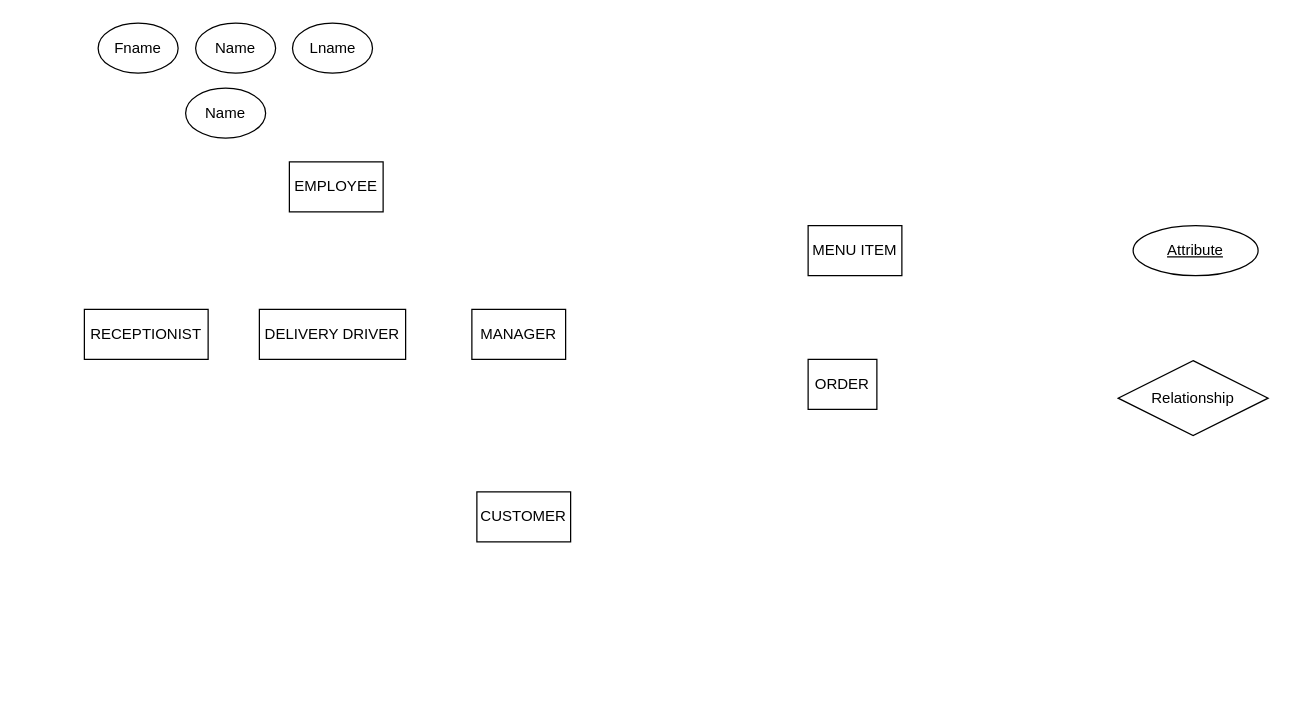
Before: Enhanced Entity Relationship Diagram.drawio in hqiao8/Restaurant-Management-System, a draw.io diagram. Source tidied: cells renumbered, new cells numbered last; positions are measured from the earlier drawing's top-left corner, leaving out a move shared by most shapes. Both pictures are drawn from the tidied source at 125%, with x=0, y=0 at pixel (84, 22).
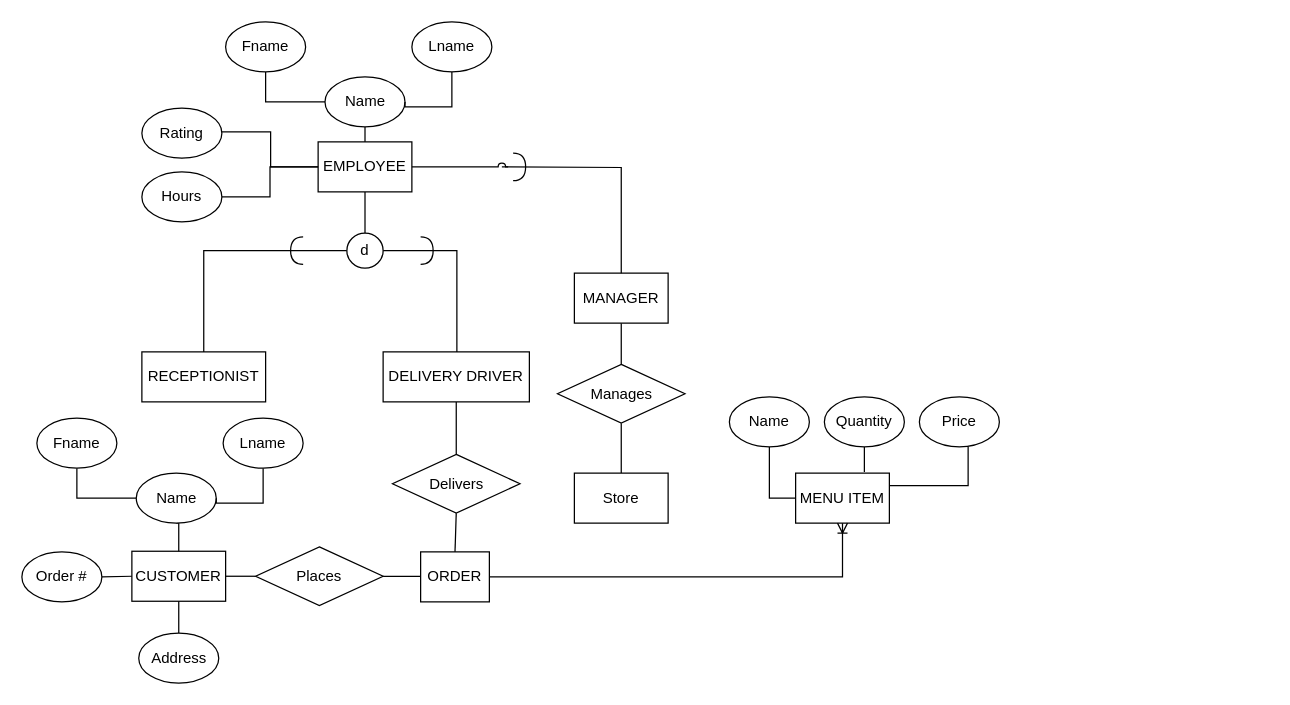
Above is the later version.

The edit, as a diff of the source:
```diff
@@
     <mxCell id="2" value="RECEPTIONIST" style="whiteSpace=wrap;html=1;align=center;fillColor=default;" parent="1" vertex="1">
-      <mxGeometry y="229" width="99" height="40" as="geometry" />
+      <mxGeometry x="46" y="263" width="99" height="40" as="geometry" />
     </mxCell>
-    <mxCell id="3" value="Attribute" style="ellipse;whiteSpace=wrap;html=1;align=center;fontStyle=4;fillColor=default;gradientColor=none;" parent="1" vertex="1">
-      <mxGeometry x="839" y="162" width="100" height="40" as="geometry" />
-    </mxCell>
+    <mxCell id="15" style="edgeStyle=orthogonalEdgeStyle;rounded=0;jettySize=auto;html=1;endArrow=none;endFill=0;" parent="1" edge="1" source="4" target="9">
+      <mxGeometry relative="1" as="geometry" />
+    </mxCell>
     <mxCell id="4" value="Name" style="ellipse;whiteSpace=wrap;html=1;align=center;fillColor=default;gradientColor=none;" parent="1" vertex="1">
-      <mxGeometry x="81" y="52" width="64" height="40" as="geometry" />
+      <mxGeometry x="192.5" y="43" width="64" height="40" as="geometry" />
     </mxCell>
-    <mxCell id="5" value="Relationship" style="shape=rhombus;perimeter=rhombusPerimeter;whiteSpace=wrap;html=1;align=center;fillColor=default;gradientColor=none;" parent="1" vertex="1">
-      <mxGeometry x="827" y="270" width="120" height="60" as="geometry" />
-    </mxCell>
+    <mxCell id="16" style="edgeStyle=orthogonalEdgeStyle;rounded=0;jumpStyle=arc;jettySize=auto;html=1;exitX=0.5;exitY=1;exitDx=0;exitDy=0;entryX=0.5;entryY=0;entryDx=0;entryDy=0;endArrow=none;endFill=0;" parent="1" edge="1" source="6" target="38">
+      <mxGeometry relative="1" as="geometry" />
+    </mxCell>
     <mxCell id="6" value="DELIVERY DRIVER" style="whiteSpace=wrap;html=1;align=center;fillColor=default;" parent="1" vertex="1">
-      <mxGeometry x="140" y="229" width="117" height="40" as="geometry" />
+      <mxGeometry x="239" y="263" width="117" height="40" as="geometry" />
     </mxCell>
+    <mxCell id="17" style="edgeStyle=orthogonalEdgeStyle;rounded=0;jumpStyle=arc;jettySize=auto;html=1;exitX=1;exitY=0.5;exitDx=0;exitDy=0;entryX=0;entryY=0.5;entryDx=0;entryDy=0;endArrow=none;endFill=0;" parent="1" edge="1" source="7" target="40">
+      <mxGeometry relative="1" as="geometry" />
+    </mxCell>
     <mxCell id="7" value="CUSTOMER" style="whiteSpace=wrap;html=1;align=center;fillColor=default;" parent="1" vertex="1">
-      <mxGeometry x="314" y="375" width="75" height="40" as="geometry" />
+      <mxGeometry x="38" y="422.5" width="75" height="40" as="geometry" />
     </mxCell>
+    <mxCell id="18" style="edgeStyle=orthogonalEdgeStyle;rounded=0;jumpStyle=arc;jettySize=auto;html=1;endArrow=none;endFill=0;" parent="1" edge="1" source="8" target="44">
+      <mxGeometry relative="1" as="geometry" />
+    </mxCell>
     <mxCell id="8" value="MANAGER" style="whiteSpace=wrap;html=1;align=center;fillColor=default;" parent="1" vertex="1">
-      <mxGeometry x="310" y="229" width="75" height="40" as="geometry" />
+      <mxGeometry x="392" y="200" width="75" height="40" as="geometry" />
     </mxCell>
+    <mxCell id="19" style="edgeStyle=orthogonalEdgeStyle;rounded=0;jettySize=auto;html=1;entryX=0.5;entryY=0;entryDx=0;entryDy=0;endArrow=none;endFill=0;" parent="1" edge="1" source="9" target="32">
+      <mxGeometry relative="1" as="geometry" />
+    </mxCell>
+    <mxCell id="20" style="edgeStyle=orthogonalEdgeStyle;rounded=0;jumpStyle=arc;jettySize=auto;html=1;endArrow=none;endFill=0;startArrow=none;" parent="1" edge="1" target="8">
+      <mxGeometry relative="1" as="geometry">
+        <mxPoint x="334" y="115" as="sourcePoint" />
+      </mxGeometry>
+    </mxCell>
     <mxCell id="9" value="EMPLOYEE" style="whiteSpace=wrap;html=1;align=center;fillColor=default;" parent="1" vertex="1">
-      <mxGeometry x="164" y="111" width="75" height="40" as="geometry" />
+      <mxGeometry x="187" y="95" width="75" height="40" as="geometry" />
     </mxCell>
+    <mxCell id="21" style="edgeStyle=orthogonalEdgeStyle;rounded=0;jettySize=auto;html=1;endArrow=none;endFill=0;entryX=0;entryY=0.5;entryDx=0;entryDy=0;" parent="1" edge="1" source="10" target="4">
+      <mxGeometry relative="1" as="geometry">
+        <Array as="points">
+          <mxPoint x="145" y="63" />
+        </Array>
+      </mxGeometry>
+    </mxCell>
     <mxCell id="10" value="Fname" style="ellipse;whiteSpace=wrap;html=1;align=center;fillColor=default;gradientColor=none;" parent="1" vertex="1">
-      <mxGeometry x="11" width="64" height="40" as="geometry" />
+      <mxGeometry x="113" y="-1" width="64" height="40" as="geometry" />
     </mxCell>
-    <mxCell id="11" value="Name" style="ellipse;whiteSpace=wrap;html=1;align=center;fillColor=default;gradientColor=none;" parent="1" vertex="1">
-      <mxGeometry x="89" width="64" height="40" as="geometry" />
-    </mxCell>
+    <mxCell id="22" style="edgeStyle=orthogonalEdgeStyle;rounded=0;jettySize=auto;html=1;endArrow=none;endFill=0;entryX=1;entryY=0.5;entryDx=0;entryDy=0;" parent="1" edge="1" source="12" target="4">
+      <mxGeometry relative="1" as="geometry">
+        <Array as="points">
+          <mxPoint x="294" y="67" />
+          <mxPoint x="257" y="67" />
+        </Array>
+      </mxGeometry>
+    </mxCell>
     <mxCell id="12" value="Lname" style="ellipse;whiteSpace=wrap;html=1;align=center;fillColor=default;gradientColor=none;" parent="1" vertex="1">
-      <mxGeometry x="166.5" width="64" height="40" as="geometry" />
+      <mxGeometry x="262" y="-1" width="64" height="40" as="geometry" />
     </mxCell>
     <mxCell id="13" value="MENU ITEM" style="whiteSpace=wrap;html=1;align=center;fillColor=default;" parent="1" vertex="1">
-      <mxGeometry x="579" y="162" width="75" height="40" as="geometry" />
+      <mxGeometry x="569" y="360" width="75" height="40" as="geometry" />
     </mxCell>
+    <mxCell id="23" style="edgeStyle=orthogonalEdgeStyle;rounded=0;jumpStyle=arc;jettySize=auto;html=1;exitX=1;exitY=0.5;exitDx=0;exitDy=0;entryX=0.5;entryY=1;entryDx=0;entryDy=0;endArrow=ERoneToMany;endFill=0;" parent="1" edge="1" source="14" target="13">
+      <mxGeometry relative="1" as="geometry" />
+    </mxCell>
     <mxCell id="14" value="ORDER" style="whiteSpace=wrap;html=1;align=center;fillColor=default;" parent="1" vertex="1">
-      <mxGeometry x="579" y="269" width="55" height="40" as="geometry" />
+      <mxGeometry x="269" y="423" width="55" height="40" as="geometry" />
     </mxCell>
+    <mxCell id="24" style="edgeStyle=orthogonalEdgeStyle;rounded=0;jettySize=auto;html=1;exitX=0.5;exitY=1;exitDx=0;exitDy=0;entryX=0;entryY=0.5;entryDx=0;entryDy=0;endArrow=none;endFill=0;" parent="1" edge="1" source="25" target="13">
+      <mxGeometry relative="1" as="geometry" />
+    </mxCell>
+    <mxCell id="25" value="Name" style="ellipse;whiteSpace=wrap;html=1;align=center;fillColor=default;gradientColor=none;" parent="1" vertex="1">
+      <mxGeometry x="516" y="299" width="64" height="40" as="geometry" />
+    </mxCell>
+    <mxCell id="26" style="edgeStyle=orthogonalEdgeStyle;rounded=0;jettySize=auto;html=1;endArrow=none;endFill=0;" parent="1" edge="1" source="27">
+      <mxGeometry relative="1" as="geometry">
+        <mxPoint x="624" y="359" as="targetPoint" />
+      </mxGeometry>
+    </mxCell>
+    <mxCell id="27" value="Quantity" style="ellipse;whiteSpace=wrap;html=1;align=center;fillColor=default;gradientColor=none;" parent="1" vertex="1">
+      <mxGeometry x="592" y="299" width="64" height="40" as="geometry" />
+    </mxCell>
+    <mxCell id="28" style="edgeStyle=orthogonalEdgeStyle;rounded=0;jettySize=auto;html=1;endArrow=none;endFill=0;entryX=1;entryY=0.25;entryDx=0;entryDy=0;" parent="1" edge="1" source="29" target="13">
+      <mxGeometry relative="1" as="geometry">
+        <Array as="points">
+          <mxPoint x="707" y="370" />
+        </Array>
+      </mxGeometry>
+    </mxCell>
+    <mxCell id="29" value="Price" style="ellipse;whiteSpace=wrap;html=1;align=center;fillColor=default;gradientColor=none;" parent="1" vertex="1">
+      <mxGeometry x="668" y="299" width="64" height="40" as="geometry" />
+    </mxCell>
+    <mxCell id="30" style="edgeStyle=orthogonalEdgeStyle;rounded=0;jettySize=auto;html=1;endArrow=none;endFill=0;jumpStyle=arc;" parent="1" edge="1" source="32" target="2">
+      <mxGeometry relative="1" as="geometry" />
+    </mxCell>
+    <mxCell id="31" style="edgeStyle=orthogonalEdgeStyle;rounded=0;jettySize=auto;html=1;endArrow=none;endFill=0;" parent="1" edge="1" source="32" target="6">
+      <mxGeometry relative="1" as="geometry">
+        <Array as="points">
+          <mxPoint x="298" y="182" />
+        </Array>
+      </mxGeometry>
+    </mxCell>
+    <mxCell id="32" value="d" style="ellipse;whiteSpace=wrap;html=1;" parent="1" vertex="1">
+      <mxGeometry x="210" y="168" width="29" height="28" as="geometry" />
+    </mxCell>
+    <mxCell id="33" style="edgeStyle=orthogonalEdgeStyle;rounded=0;jettySize=auto;html=1;exitX=0.5;exitY=1;exitDx=0;exitDy=0;entryX=0;entryY=0.5;entryDx=0;entryDy=0;endArrow=none;endFill=0;" parent="1" edge="1" source="34" target="9">
+      <mxGeometry relative="1" as="geometry">
+        <Array as="points">
+          <mxPoint x="149" y="87" />
+          <mxPoint x="149" y="115" />
+        </Array>
+      </mxGeometry>
+    </mxCell>
+    <mxCell id="34" value="Rating" style="ellipse;whiteSpace=wrap;html=1;align=center;fillColor=default;gradientColor=none;" parent="1" vertex="1">
+      <mxGeometry x="46" y="68" width="64" height="40" as="geometry" />
+    </mxCell>
+    <mxCell id="35" style="shape=requiredInterface;html=1;verticalLabelPosition=bottom;sketch=0;rotation=-180;" parent="1" vertex="1">
+      <mxGeometry x="165" y="171" width="10" height="22" as="geometry" />
+    </mxCell>
+    <mxCell id="36" style="shape=requiredInterface;html=1;verticalLabelPosition=bottom;sketch=0;rotation=0;" parent="1" vertex="1">
+      <mxGeometry x="269" y="171" width="10" height="22" as="geometry" />
+    </mxCell>
+    <mxCell id="37" style="edgeStyle=orthogonalEdgeStyle;rounded=0;jumpStyle=arc;jettySize=auto;html=1;endArrow=none;endFill=0;" parent="1" edge="1" source="38" target="14">
+      <mxGeometry relative="1" as="geometry" />
+    </mxCell>
+    <mxCell id="38" value="Delivers" style="shape=rhombus;perimeter=rhombusPerimeter;whiteSpace=wrap;html=1;align=center;fillColor=default;gradientColor=none;" parent="1" vertex="1">
+      <mxGeometry x="246.5" y="345" width="102" height="47" as="geometry" />
+    </mxCell>
+    <mxCell id="39" style="edgeStyle=orthogonalEdgeStyle;rounded=0;jumpStyle=arc;jettySize=auto;html=1;exitX=1;exitY=0.5;exitDx=0;exitDy=0;entryX=0;entryY=0.5;entryDx=0;entryDy=0;endArrow=none;endFill=0;" parent="1" edge="1" source="40" target="14">
+      <mxGeometry relative="1" as="geometry" />
+    </mxCell>
+    <mxCell id="40" value="Places" style="shape=rhombus;perimeter=rhombusPerimeter;whiteSpace=wrap;html=1;align=center;fillColor=default;gradientColor=none;" parent="1" vertex="1">
+      <mxGeometry x="137" y="419" width="102" height="47" as="geometry" />
+    </mxCell>
+    <mxCell id="41" style="edgeStyle=orthogonalEdgeStyle;rounded=0;jumpStyle=arc;jettySize=auto;html=1;endArrow=none;endFill=0;" parent="1" edge="1" source="42" target="9">
+      <mxGeometry relative="1" as="geometry" />
+    </mxCell>
+    <mxCell id="42" value="Hours" style="ellipse;whiteSpace=wrap;html=1;align=center;fillColor=default;gradientColor=none;" parent="1" vertex="1">
+      <mxGeometry x="46" y="119" width="64" height="40" as="geometry" />
+    </mxCell>
+    <mxCell id="43" style="edgeStyle=orthogonalEdgeStyle;rounded=0;jumpStyle=arc;jettySize=auto;html=1;exitX=0.5;exitY=1;exitDx=0;exitDy=0;entryX=0.5;entryY=0;entryDx=0;entryDy=0;endArrow=none;endFill=0;" parent="1" edge="1" source="44" target="45">
+      <mxGeometry relative="1" as="geometry" />
+    </mxCell>
+    <mxCell id="44" value="Manages" style="shape=rhombus;perimeter=rhombusPerimeter;whiteSpace=wrap;html=1;align=center;fillColor=default;gradientColor=none;" parent="1" vertex="1">
+      <mxGeometry x="378.5" y="273" width="102" height="47" as="geometry" />
+    </mxCell>
+    <mxCell id="45" value="Store" style="whiteSpace=wrap;html=1;align=center;fillColor=default;" parent="1" vertex="1">
+      <mxGeometry x="392" y="360" width="75" height="40" as="geometry" />
+    </mxCell>
+    <mxCell id="46" style="edgeStyle=orthogonalEdgeStyle;rounded=0;jumpStyle=arc;jettySize=auto;html=1;endArrow=none;endFill=0;" parent="1" edge="1" source="9">
+      <mxGeometry relative="1" as="geometry">
+        <mxPoint x="339" y="115" as="targetPoint" />
+      </mxGeometry>
+    </mxCell>
+    <mxCell id="47" style="shape=requiredInterface;html=1;verticalLabelPosition=bottom;sketch=0;rotation=0;" parent="1" vertex="1">
+      <mxGeometry x="343" y="104" width="10" height="22" as="geometry" />
+    </mxCell>
+    <mxCell id="48" style="edgeStyle=orthogonalEdgeStyle;rounded=0;jumpStyle=arc;jettySize=auto;html=1;exitX=0.5;exitY=1;exitDx=0;exitDy=0;entryX=0.5;entryY=0;entryDx=0;entryDy=0;endArrow=none;endFill=0;" parent="1" edge="1" source="49" target="7">
+      <mxGeometry relative="1" as="geometry" />
+    </mxCell>
+    <mxCell id="49" value="Name" style="ellipse;whiteSpace=wrap;html=1;align=center;fillColor=default;gradientColor=none;" parent="1" vertex="1">
+      <mxGeometry x="41.5" y="360" width="64" height="40" as="geometry" />
+    </mxCell>
+    <mxCell id="50" style="edgeStyle=orthogonalEdgeStyle;rounded=0;jettySize=auto;html=1;endArrow=none;endFill=0;entryX=0;entryY=0.5;entryDx=0;entryDy=0;" parent="1" edge="1" source="51" target="49">
+      <mxGeometry relative="1" as="geometry">
+        <Array as="points">
+          <mxPoint x="-6" y="380" />
+        </Array>
+      </mxGeometry>
+    </mxCell>
+    <mxCell id="51" value="Fname" style="ellipse;whiteSpace=wrap;html=1;align=center;fillColor=default;gradientColor=none;" parent="1" vertex="1">
+      <mxGeometry x="-38" y="316" width="64" height="40" as="geometry" />
+    </mxCell>
+    <mxCell id="52" style="edgeStyle=orthogonalEdgeStyle;rounded=0;jettySize=auto;html=1;endArrow=none;endFill=0;entryX=1;entryY=0.5;entryDx=0;entryDy=0;" parent="1" edge="1" source="53" target="49">
+      <mxGeometry relative="1" as="geometry">
+        <Array as="points">
+          <mxPoint x="143" y="384" />
+          <mxPoint x="106" y="384" />
+        </Array>
+      </mxGeometry>
+    </mxCell>
+    <mxCell id="53" value="Lname" style="ellipse;whiteSpace=wrap;html=1;align=center;fillColor=default;gradientColor=none;" parent="1" vertex="1">
+      <mxGeometry x="111" y="316" width="64" height="40" as="geometry" />
+    </mxCell>
+    <mxCell id="54" style="edgeStyle=orthogonalEdgeStyle;rounded=0;jumpStyle=arc;jettySize=auto;html=1;entryX=0.5;entryY=1;entryDx=0;entryDy=0;endArrow=none;endFill=0;" parent="1" edge="1" source="55" target="7">
+      <mxGeometry relative="1" as="geometry" />
+    </mxCell>
+    <mxCell id="55" value="Address" style="ellipse;whiteSpace=wrap;html=1;align=center;fillColor=default;gradientColor=none;" parent="1" vertex="1">
+      <mxGeometry x="43.5" y="488" width="64" height="40" as="geometry" />
+    </mxCell>
+    <mxCell id="56" style="edgeStyle=orthogonalEdgeStyle;rounded=0;jumpStyle=arc;jettySize=auto;html=1;entryX=0;entryY=0.5;entryDx=0;entryDy=0;endArrow=none;endFill=0;" parent="1" edge="1" source="57" target="7">
+      <mxGeometry relative="1" as="geometry" />
+    </mxCell>
+    <mxCell id="57" value="Order #" style="ellipse;whiteSpace=wrap;html=1;align=center;fillColor=default;gradientColor=none;" parent="1" vertex="1">
+      <mxGeometry x="-50" y="423" width="64" height="40" as="geometry" />
+    </mxCell>
```
